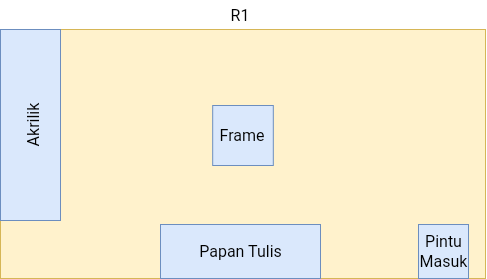
Above: Layout Pameran.drawio.png in lnell19/Pameran-RPL (draw.io), before the change. Source tidied: cells renumbered, new cells last; positions are measured from the earlier drawing's top-left corner, leaving out a move shared by most shapes.
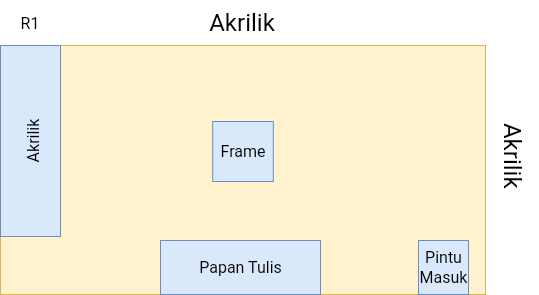
After the commit.

Commit message:
Pemutakhiran Layout Pameran R1.drawio.png

Change to the diagram source:
```diff
@@ -6,7 +6,7 @@
       <mxGeometry y="29" width="485" height="249" as="geometry" />
     </mxCell>
     <mxCell id="3" value="R1" style="text;strokeColor=none;fillColor=none;html=1;align=center;verticalAlign=middle;whiteSpace=wrap;rounded=0;fontSize=16;" parent="1" vertex="1">
-      <mxGeometry x="210" width="60" height="29" as="geometry" />
+      <mxGeometry y="-16" width="60" height="45" as="geometry" />
     </mxCell>
     <mxCell id="4" style="rounded=0;whiteSpace=wrap;html=1;fillColor=#dae8fc;strokeColor=#6c8ebf;" parent="1" vertex="1">
       <mxGeometry x="212.2" y="105" width="60.6" height="60" as="geometry" />
@@ -32,5 +32,11 @@
     <mxCell id="11" value="Pintu&lt;div&gt;Masuk&lt;/div&gt;" style="text;strokeColor=none;fillColor=none;html=1;align=center;verticalAlign=middle;whiteSpace=wrap;rounded=0;fontSize=16;" parent="1" vertex="1">
       <mxGeometry x="421.5" y="236" width="43" height="30" as="geometry" />
     </mxCell>
+    <mxCell id="12" value="Akrilik&amp;nbsp;" style="text;strokeColor=none;align=center;fillColor=none;html=1;verticalAlign=middle;whiteSpace=wrap;rounded=0;fontSize=24;" parent="1" vertex="1">
+      <mxGeometry x="196.5" y="-16" width="95.5" height="45" as="geometry" />
+    </mxCell>
+    <mxCell id="13" value="Akrilik&amp;nbsp;" style="text;strokeColor=none;align=center;fillColor=none;html=1;verticalAlign=middle;whiteSpace=wrap;rounded=0;fontSize=24;rotation=90;" parent="1" vertex="1">
+      <mxGeometry x="464.5" y="116" width="95.5" height="52" as="geometry" />
+    </mxCell>
   </root>
 </mxGraphModel>
```
